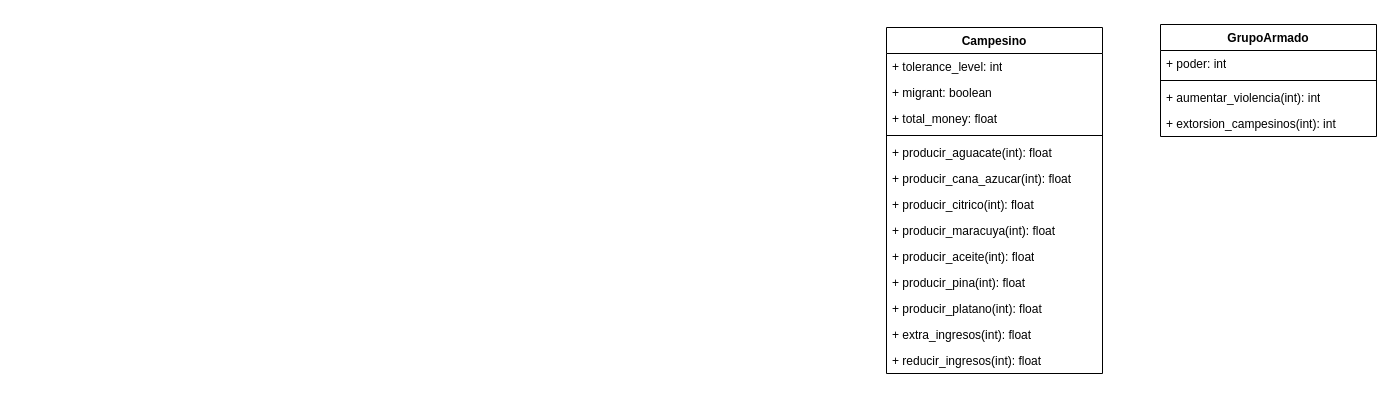
Before: Docs/Avances/TercerAvance/Clases.drawio in TheLudway/abm-forced-displacement, a draw.io diagram. Source tidied: cells renumbered, new cells numbered last; positions are measured from the earlier drawing's top-left corner, leaving out a move shared by most shapes. Both pictures are drawn from the tidied source at 100%, with x=0, y=0 at pixel (886, 24).
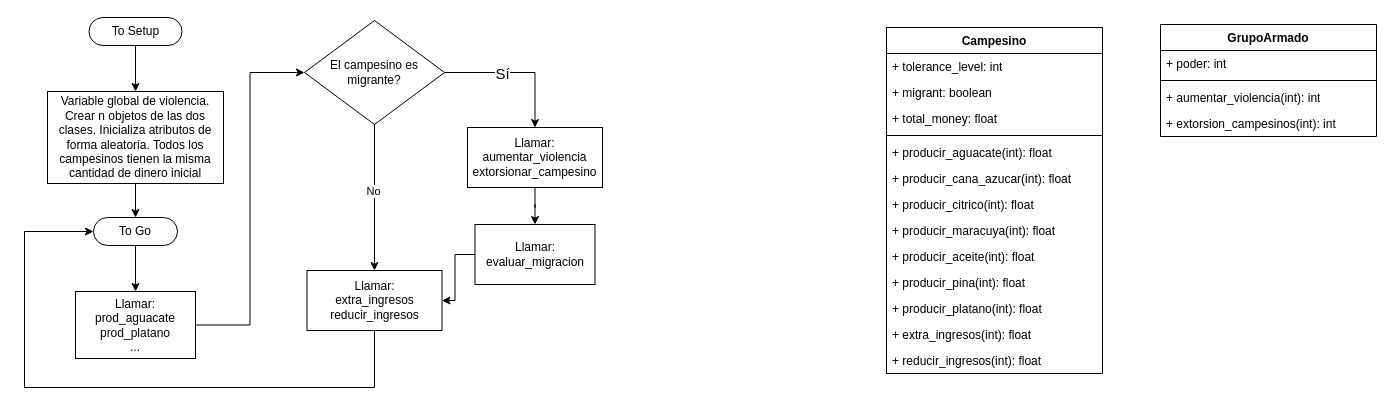
Above is the later version.

Commit message:
Diagrama de flujo

Diff of the diagram source:
```diff
@@
+    <mxCell id="21" style="edgeStyle=orthogonalEdgeStyle;rounded=0;jettySize=auto;html=1;" parent="1" edge="1" source="22" target="24">
+      <mxGeometry relative="1" as="geometry" />
+    </mxCell>
+    <mxCell id="22" value="Variable global de violencia. Crear n objetos de las dos clases. Inicializa atributos de forma aleatoria. Todos los campesinos tienen la misma cantidad de dinero inicial" style="rounded=0;whiteSpace=wrap;html=1;" parent="1" vertex="1">
+      <mxGeometry x="-839" y="67" width="176" height="92" as="geometry" />
+    </mxCell>
+    <mxCell id="23" style="edgeStyle=orthogonalEdgeStyle;rounded=0;jettySize=auto;html=1;" parent="1" edge="1" source="24" target="28">
+      <mxGeometry relative="1" as="geometry" />
+    </mxCell>
+    <mxCell id="24" value="To Go" style="rounded=1;whiteSpace=wrap;html=1;arcSize=50;" parent="1" vertex="1">
+      <mxGeometry x="-793" y="193" width="84" height="28" as="geometry" />
+    </mxCell>
+    <mxCell id="25" style="edgeStyle=orthogonalEdgeStyle;rounded=0;jettySize=auto;html=1;" parent="1" edge="1" source="26" target="22">
+      <mxGeometry relative="1" as="geometry" />
+    </mxCell>
+    <mxCell id="26" value="To Setup" style="rounded=1;whiteSpace=wrap;html=1;arcSize=50;" parent="1" vertex="1">
+      <mxGeometry x="-797.5" y="-7" width="93" height="28" as="geometry" />
+    </mxCell>
+    <mxCell id="27" style="edgeStyle=orthogonalEdgeStyle;rounded=0;jettySize=auto;html=1;entryX=0;entryY=0.5;entryDx=0;entryDy=0;" parent="1" edge="1" source="28" target="33">
+      <mxGeometry relative="1" as="geometry" />
+    </mxCell>
+    <mxCell id="28" value="&lt;div&gt;Llamar:&lt;/div&gt;&lt;div&gt;prod_aguacate&lt;/div&gt;&lt;div&gt;prod_platano&lt;/div&gt;&lt;div&gt;...&lt;/div&gt;" style="rounded=0;whiteSpace=wrap;html=1;" parent="1" vertex="1">
+      <mxGeometry x="-811" y="267" width="120" height="67" as="geometry" />
+    </mxCell>
+    <mxCell id="29" style="edgeStyle=orthogonalEdgeStyle;rounded=0;jettySize=auto;html=1;" parent="1" edge="1" source="33" target="35">
+      <mxGeometry relative="1" as="geometry" />
+    </mxCell>
+    <mxCell id="30" value="Sí" style="edgeLabel;html=1;align=center;verticalAlign=middle;fontSize=15;" parent="29" vertex="1">
+      <mxGeometry x="0.18" y="3" relative="1" as="geometry">
+        <mxPoint x="-29" y="3" as="offset" />
+      </mxGeometry>
+    </mxCell>
+    <mxCell id="31" style="edgeStyle=orthogonalEdgeStyle;rounded=0;jettySize=auto;html=1;" parent="1" edge="1" source="33" target="37">
+      <mxGeometry relative="1" as="geometry" />
+    </mxCell>
+    <mxCell id="32" value="No" style="edgeLabel;html=1;align=center;verticalAlign=middle;" parent="31" vertex="1">
+      <mxGeometry x="-0.11" y="-7" relative="1" as="geometry">
+        <mxPoint x="5" y="1" as="offset" />
+      </mxGeometry>
+    </mxCell>
+    <mxCell id="33" value="El campesino es migrante?" style="rhombus;whiteSpace=wrap;html=1;" parent="1" vertex="1">
+      <mxGeometry x="-582" y="-4" width="140" height="104" as="geometry" />
+    </mxCell>
+    <mxCell id="34" style="edgeStyle=orthogonalEdgeStyle;rounded=0;jettySize=auto;html=1;" parent="1" edge="1" source="35" target="39">
+      <mxGeometry relative="1" as="geometry" />
+    </mxCell>
+    <mxCell id="35" value="&lt;div&gt;Llamar:&lt;/div&gt;&lt;div&gt;aumentar_violencia&lt;/div&gt;&lt;div&gt;extorsionar_campesino&lt;/div&gt;" style="whiteSpace=wrap;html=1;" parent="1" vertex="1">
+      <mxGeometry x="-419" y="103" width="135" height="60" as="geometry" />
+    </mxCell>
+    <mxCell id="36" style="edgeStyle=orthogonalEdgeStyle;rounded=0;jettySize=auto;html=1;entryX=0;entryY=0.5;entryDx=0;entryDy=0;" parent="1" edge="1" source="37" target="24">
+      <mxGeometry relative="1" as="geometry">
+        <Array as="points">
+          <mxPoint x="-512" y="363" />
+          <mxPoint x="-862" y="363" />
+          <mxPoint x="-862" y="207" />
+        </Array>
+      </mxGeometry>
+    </mxCell>
+    <mxCell id="37" value="&lt;div&gt;Llamar:&lt;/div&gt;&lt;div&gt;extra_ingresos&lt;/div&gt;&lt;div&gt;reducir_ingresos&lt;/div&gt;" style="whiteSpace=wrap;html=1;" parent="1" vertex="1">
+      <mxGeometry x="-579.5" y="246" width="135" height="60" as="geometry" />
+    </mxCell>
+    <mxCell id="38" style="edgeStyle=orthogonalEdgeStyle;rounded=0;jettySize=auto;html=1;" parent="1" edge="1" source="39" target="37">
+      <mxGeometry relative="1" as="geometry" />
+    </mxCell>
+    <mxCell id="39" value="&lt;div&gt;Llamar:&lt;/div&gt;&lt;div&gt;evaluar_migracion&lt;/div&gt;" style="whiteSpace=wrap;html=1;" parent="1" vertex="1">
+      <mxGeometry x="-411.5" y="200" width="120" height="60" as="geometry" />
+    </mxCell>
```
